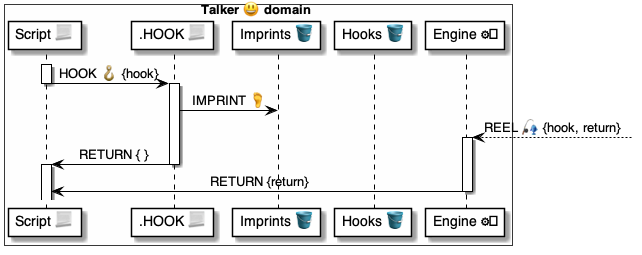
Earlier version of the PlantUML export 4 ⚙️ Solution/37 Scripts 📃/📃 Commands ⌘/⌘ for async/HOOK 🪝/🪝 HOOK ⚙️ uml.png (pollyweb-org/pollyweb-docs). Its source is kept beside it as 4 ⚙️ Solution/37 Scripts 📃/📃 Commands ⌘/⌘ for async/HOOK 🪝/🪝 HOOK ⚙️ uml.puml.
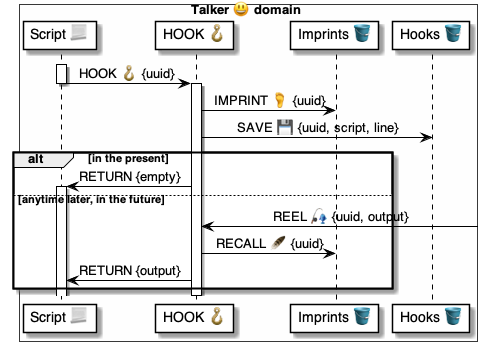
Later version of the same file.

Change to the diagram source:
```diff
@@ -2,31 +2,32 @@
 
 box Talker 😃 domain #FFFFFA
     participant "Script 📃" as script
-    participant ".HOOK 📃" as hook
+    participant "HOOK 🪝" as hook
     participant "Imprints 🪣" as imprints
     participant "Hooks 🪣" as hooks
-    participant "Engine ⚙️" as engine
 end box
 
 
 
 activate script
-    script -> hook: HOOK 🪝 {hook}
+    script -> hook: HOOK 🪝 {uuid}
 deactivate script
 
 activate hook
-    hook -> imprints: IMPRINT 🦶
+    hook -> imprints: IMPRINT 🦶 {uuid}
+    hook -> hooks: SAVE 💾 {uuid, script, line}
 
-    engine <--  : REEL 🎣 {hook, return}
-    activate engine
+    alt in the present
+        hook -> script: RETURN {empty}
+        activate script
+
+    else anytime later, in the future
+        hook <-  : REEL 🎣 {uuid, output}
+        hook -> imprints: RECALL 🪶 {uuid}
+        hook -> script : RETURN {output}
+    end alt
+
+deactivate hook
 
 
-    hook -> script: RETURN { }
-deactivate hook
-
-activate script
-    script <- engine : RETURN {return}
-
-deactivate engine
-
 @enduml
```
